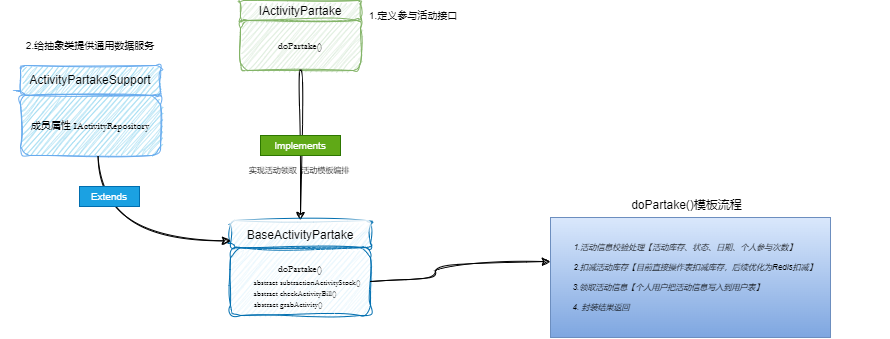
This is Lottery/活动领取1.0.drawio.png from youjizi/images, a draw.io export, as it was before one commit. Source tidied: cells renumbered, new cells last; positions are measured from the earlier drawing's top-left corner, leaving out a move shared by most shapes.
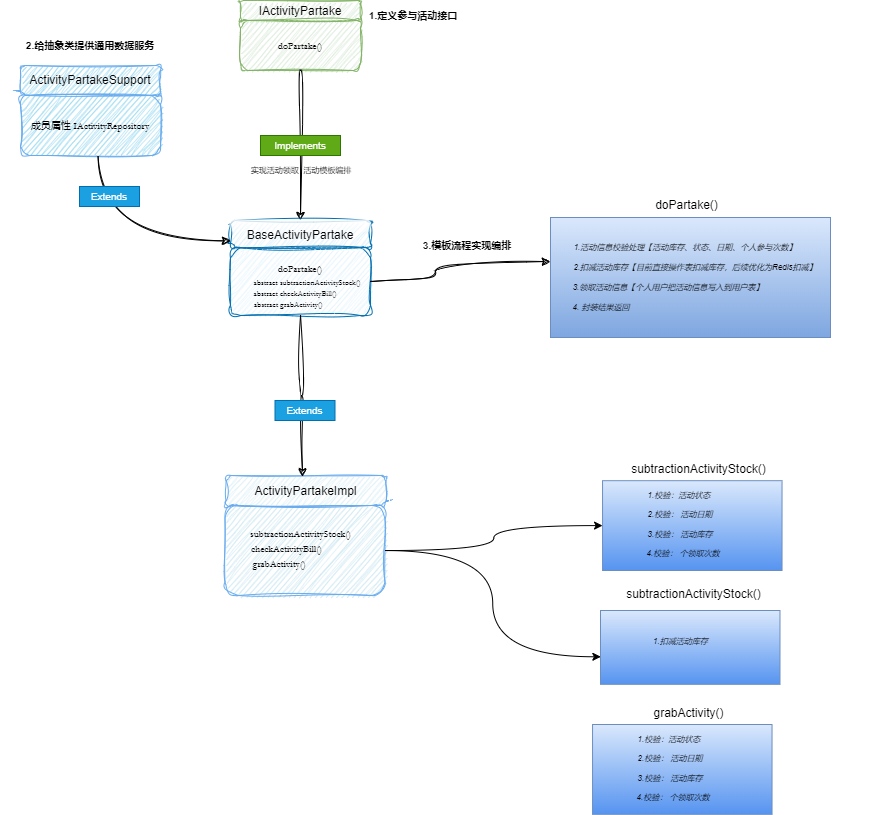
After the change.

Commit message:
更新活动领取1.0.drawio.png

What changed in the source:
```diff
@@ -11,7 +11,7 @@
     <mxCell id="4" value="IActivityPartake" style="rounded=1;fillColor=#d5e8d4;strokeColor=#82b366;sketch=1;curveFitting=1;jiggle=2;" parent="2" vertex="1">
       <mxGeometry width="120" height="20" as="geometry" />
     </mxCell>
-    <mxCell id="5" value="1.定义参与活动接口" style="text;align=center;verticalAlign=middle;strokeColor=none;fillColor=none;fontSize=10;" parent="1" vertex="1">
+    <mxCell id="5" value="1.定义参与活动接口" style="text;align=center;verticalAlign=middle;strokeColor=none;fillColor=none;fontSize=10;labelBackgroundColor=none;labelBorderColor=none;fontStyle=1;" parent="1" vertex="1">
       <mxGeometry x="348" width="130" height="30" as="geometry" />
     </mxCell>
     <mxCell id="6" style="edgeStyle=orthogonalEdgeStyle;jettySize=auto;html=1;entryX=0.5;entryY=0;entryDx=0;entryDy=0;curved=1;sketch=1;curveFitting=1;jiggle=2;" parent="1" edge="1" source="3" target="9">
@@ -30,7 +30,7 @@
       <mxGeometry x="260" y="135" width="80" height="20" as="geometry" />
     </mxCell>
     <mxCell id="11" value="实现活动领取  活动模板编排" style="text;align=center;verticalAlign=middle;strokeColor=none;fillColor=none;fontSize=8;" parent="1" vertex="1">
-      <mxGeometry x="214" y="155" width="170" height="30" as="geometry" />
+      <mxGeometry x="216" y="155" width="170" height="30" as="geometry" />
     </mxCell>
     <mxCell id="12" style="group;" parent="1" vertex="1">
       <mxGeometry x="500" y="190" width="390" height="147" as="geometry" />
@@ -38,8 +38,8 @@
     <mxCell id="13" style="rounded=0;whiteSpace=wrap;html=1;fillColor=#dae8fc;strokeColor=#6c8ebf;gradientColor=#7ea6e0;" parent="12" vertex="1">
       <mxGeometry x="50" y="27" width="280" height="120" as="geometry" />
     </mxCell>
-    <mxCell id="14" value="doPartake()模板流程" style="text;html=1;align=center;verticalAlign=middle;strokeColor=none;fillColor=none;" parent="12" vertex="1">
-      <mxGeometry x="121" width="130" height="30" as="geometry" />
+    <mxCell id="14" value="doPartake()" style="text;html=1;align=center;verticalAlign=middle;strokeColor=none;fillColor=none;" parent="12" vertex="1">
+      <mxGeometry x="141" width="90" height="30" as="geometry" />
     </mxCell>
     <mxCell id="15" style="group;" parent="12" vertex="1">
       <mxGeometry y="42" width="390" height="90" as="geometry" />
@@ -83,11 +83,110 @@
     <mxCell id="28" style="edgeStyle=orthogonalEdgeStyle;jettySize=auto;html=1;entryX=0;entryY=0.75;entryDx=0;entryDy=0;curved=1;sketch=1;curveFitting=1;jiggle=2;exitX=0.554;exitY=1.012;exitDx=0;exitDy=0;exitPerimeter=0;" parent="1" edge="1" source="26" target="9">
       <mxGeometry relative="1" as="geometry" />
     </mxCell>
-    <mxCell id="29" value="2.给抽象类提供通用数据服务" style="text;align=center;verticalAlign=middle;fontSize=10;" parent="1" vertex="1">
+    <mxCell id="29" value="2.给抽象类提供通用数据服务" style="text;align=center;verticalAlign=middle;fontSize=10;fontStyle=1;" parent="1" vertex="1">
       <mxGeometry y="30" width="180" height="30" as="geometry" />
     </mxCell>
     <mxCell id="30" value="Extends" style="text;align=center;verticalAlign=middle;fillColor=#1ba1e2;fontColor=#ffffff;strokeColor=#006EAF;fontSize=10;spacing=0;spacingTop=0;" parent="1" vertex="1">
       <mxGeometry x="79" y="186" width="60" height="20" as="geometry" />
     </mxCell>
+    <mxCell id="31" value="3.模板流程实现编排" style="text;align=center;verticalAlign=middle;fontSize=10;fontStyle=1;" parent="1" vertex="1">
+      <mxGeometry x="402" y="230" width="130" height="30" as="geometry" />
+    </mxCell>
+    <mxCell id="32" style="group;" parent="1" vertex="1">
+      <mxGeometry x="235" y="470" width="160" height="130" as="geometry" />
+    </mxCell>
+    <mxCell id="33" style="rounded=1;fillColor=#c7e5f0;strokeColor=#68abee;sketch=1;curveFitting=1;jiggle=2;glass=0;fontSize=10;fontFamily=Garamond;" parent="32" vertex="1">
+      <mxGeometry x="-10.5" y="35" width="160" height="90" as="geometry" />
+    </mxCell>
+    <mxCell id="34" value="ActivityPartakeImpl" style="rounded=1;fillColor=#d6edf5;strokeColor=#68abee;sketch=1;curveFitting=1;jiggle=2;glass=0;" parent="32" vertex="1">
+      <mxGeometry x="-9.5" y="5" width="160" height="30" as="geometry" />
+    </mxCell>
+    <mxCell id="35" style="group;" parent="32" vertex="1">
+      <mxGeometry x="-4.5" y="48" width="140" height="60" as="geometry" />
+    </mxCell>
+    <mxCell id="36" value="subtractionActivityStock()" style="text;align=center;verticalAlign=middle;strokeColor=none;fillColor=none;fontSize=10;fontFamily=Garamond;fontStyle=0;" parent="35" vertex="1">
+      <mxGeometry width="140" height="30" as="geometry" />
+    </mxCell>
+    <mxCell id="37" value="checkActivityBill()" style="text;align=center;verticalAlign=middle;strokeColor=none;fillColor=none;fontSize=10;fontFamily=Garamond;fontStyle=0;" parent="35" vertex="1">
+      <mxGeometry x="1" y="15" width="110" height="30" as="geometry" />
+    </mxCell>
+    <mxCell id="38" value="grabActivity()" style="text;align=center;verticalAlign=middle;strokeColor=none;fillColor=none;fontSize=10;fontFamily=Garamond;fontStyle=0;" parent="35" vertex="1">
+      <mxGeometry x="3.5" y="30" width="90" height="30" as="geometry" />
+    </mxCell>
+    <mxCell id="39" style="edgeStyle=orthogonalEdgeStyle;jettySize=auto;html=1;entryX=0.478;entryY=0.037;entryDx=0;entryDy=0;entryPerimeter=0;curved=1;sketch=1;curveFitting=1;jiggle=2;" parent="1" edge="1" source="8" target="34">
+      <mxGeometry relative="1" as="geometry" />
+    </mxCell>
+    <mxCell id="40" value="Extends" style="text;align=center;verticalAlign=middle;fillColor=#1ba1e2;fontColor=#ffffff;strokeColor=#006EAF;fontSize=10;spacing=0;spacingTop=0;" parent="1" vertex="1">
+      <mxGeometry x="274.5" y="400" width="60" height="20" as="geometry" />
+    </mxCell>
+    <mxCell id="41" style="group;" parent="1" vertex="1">
+      <mxGeometry x="570" y="460" width="250" height="110" as="geometry" />
+    </mxCell>
+    <mxCell id="42" style="rounded=0;whiteSpace=wrap;html=1;fillColor=#dae8fc;strokeColor=#6c8ebf;gradientColor=#5694f0;" parent="41" vertex="1">
+      <mxGeometry x="32.1" y="20.2" width="179.5" height="89.8" as="geometry" />
+    </mxCell>
+    <mxCell id="43" value="subtractionActivityStock()" style="text;html=1;align=center;verticalAlign=middle;strokeColor=none;fillColor=none;" parent="41" vertex="1">
+      <mxGeometry x="47.9" y="-6" width="160" height="30" as="geometry" />
+    </mxCell>
+    <mxCell id="44" style="group;" parent="41" vertex="1">
+      <mxGeometry x="47.9" y="20.2" width="130" height="88" as="geometry" />
+    </mxCell>
+    <mxCell id="45" value="1.校验：活动状态" style="text;align=center;verticalAlign=middle;strokeColor=none;fillColor=none;fontColor=default;fontStyle=2;fontSize=8;" parent="44" vertex="1">
+      <mxGeometry x="1" width="120" height="30" as="geometry" />
+    </mxCell>
+    <mxCell id="46" value="2.校验： 活动日期" style="text;align=center;verticalAlign=middle;strokeColor=none;fillColor=none;fontColor=default;fontStyle=2;fontSize=8;" parent="44" vertex="1">
+      <mxGeometry x="2" y="19" width="120" height="30" as="geometry" />
+    </mxCell>
+    <mxCell id="47" value="3.校验： 活动库存" style="text;align=center;verticalAlign=middle;strokeColor=none;fillColor=none;fontColor=default;fontStyle=2;fontSize=8;" parent="44" vertex="1">
+      <mxGeometry x="2" y="39" width="120" height="30" as="geometry" />
+    </mxCell>
+    <mxCell id="48" value="4.校验： 个领取次数" style="text;align=center;verticalAlign=middle;strokeColor=none;fillColor=none;fontColor=default;fontStyle=2;fontSize=8;" parent="44" vertex="1">
+      <mxGeometry y="58" width="130" height="30" as="geometry" />
+    </mxCell>
+    <mxCell id="49" style="edgeStyle=orthogonalEdgeStyle;jettySize=auto;html=1;entryX=0;entryY=0.5;entryDx=0;entryDy=0;curved=1;" parent="1" edge="1" source="33" target="42">
+      <mxGeometry relative="1" as="geometry" />
+    </mxCell>
+    <mxCell id="50" style="group;" parent="1" vertex="1">
+      <mxGeometry x="560" y="703.8" width="250" height="110" as="geometry" />
+    </mxCell>
+    <mxCell id="51" style="rounded=0;whiteSpace=wrap;html=1;fillColor=#dae8fc;strokeColor=#6c8ebf;gradientColor=#5694f0;" parent="50" vertex="1">
+      <mxGeometry x="32.1" y="20.2" width="179.5" height="89.8" as="geometry" />
+    </mxCell>
+    <mxCell id="52" value="grabActivity()" style="text;html=1;align=center;verticalAlign=middle;strokeColor=none;fillColor=none;" parent="50" vertex="1">
+      <mxGeometry x="82.9" y="-6" width="90" height="30" as="geometry" />
+    </mxCell>
+    <mxCell id="53" style="group;" parent="50" vertex="1">
+      <mxGeometry x="47.9" y="20.2" width="130" height="88" as="geometry" />
+    </mxCell>
+    <mxCell id="54" value="1.校验：活动状态" style="text;align=center;verticalAlign=middle;strokeColor=none;fillColor=none;fontColor=default;fontStyle=2;fontSize=8;" parent="53" vertex="1">
+      <mxGeometry x="1" width="120" height="30" as="geometry" />
+    </mxCell>
+    <mxCell id="55" value="2.校验： 活动日期" style="text;align=center;verticalAlign=middle;strokeColor=none;fillColor=none;fontColor=default;fontStyle=2;fontSize=8;" parent="53" vertex="1">
+      <mxGeometry x="2" y="19" width="120" height="30" as="geometry" />
+    </mxCell>
+    <mxCell id="56" value="3.校验： 活动库存" style="text;align=center;verticalAlign=middle;strokeColor=none;fillColor=none;fontColor=default;fontStyle=2;fontSize=8;" parent="53" vertex="1">
+      <mxGeometry x="2" y="39" width="120" height="30" as="geometry" />
+    </mxCell>
+    <mxCell id="57" value="4.校验： 个领取次数" style="text;align=center;verticalAlign=middle;strokeColor=none;fillColor=none;fontColor=default;fontStyle=2;fontSize=8;" parent="53" vertex="1">
+      <mxGeometry y="58" width="130" height="30" as="geometry" />
+    </mxCell>
+    <mxCell id="58" style="group;" parent="1" vertex="1">
+      <mxGeometry x="600" y="570" width="179.5" height="133.8" as="geometry" />
+    </mxCell>
+    <mxCell id="59" style="group;" parent="58" vertex="1">
+      <mxGeometry y="9" width="179.5" height="104.8" as="geometry" />
+    </mxCell>
+    <mxCell id="60" style="rounded=0;whiteSpace=wrap;html=1;fillColor=#dae8fc;strokeColor=#6c8ebf;gradientColor=#5694f0;" parent="59" vertex="1">
+      <mxGeometry y="31" width="179.5" height="73.8" as="geometry" />
+    </mxCell>
+    <mxCell id="61" value="subtractionActivityStock()" style="text;html=1;align=center;verticalAlign=middle;strokeColor=none;fillColor=none;" parent="59" vertex="1">
+      <mxGeometry x="12.9" width="160" height="30" as="geometry" />
+    </mxCell>
+    <mxCell id="62" value="1.扣减活动库存" style="text;align=center;verticalAlign=middle;strokeColor=none;fillColor=none;fontColor=default;fontStyle=2;fontSize=8;" parent="59" vertex="1">
+      <mxGeometry x="25.4" y="47.1" width="110" height="30" as="geometry" />
+    </mxCell>
+    <mxCell id="63" style="edgeStyle=orthogonalEdgeStyle;jettySize=auto;html=1;entryX=0.002;entryY=0.627;entryDx=0;entryDy=0;entryPerimeter=0;curved=1;" parent="1" edge="1" source="33" target="60">
+      <mxGeometry relative="1" as="geometry" />
+    </mxCell>
   </root>
 </mxGraphModel>
```
